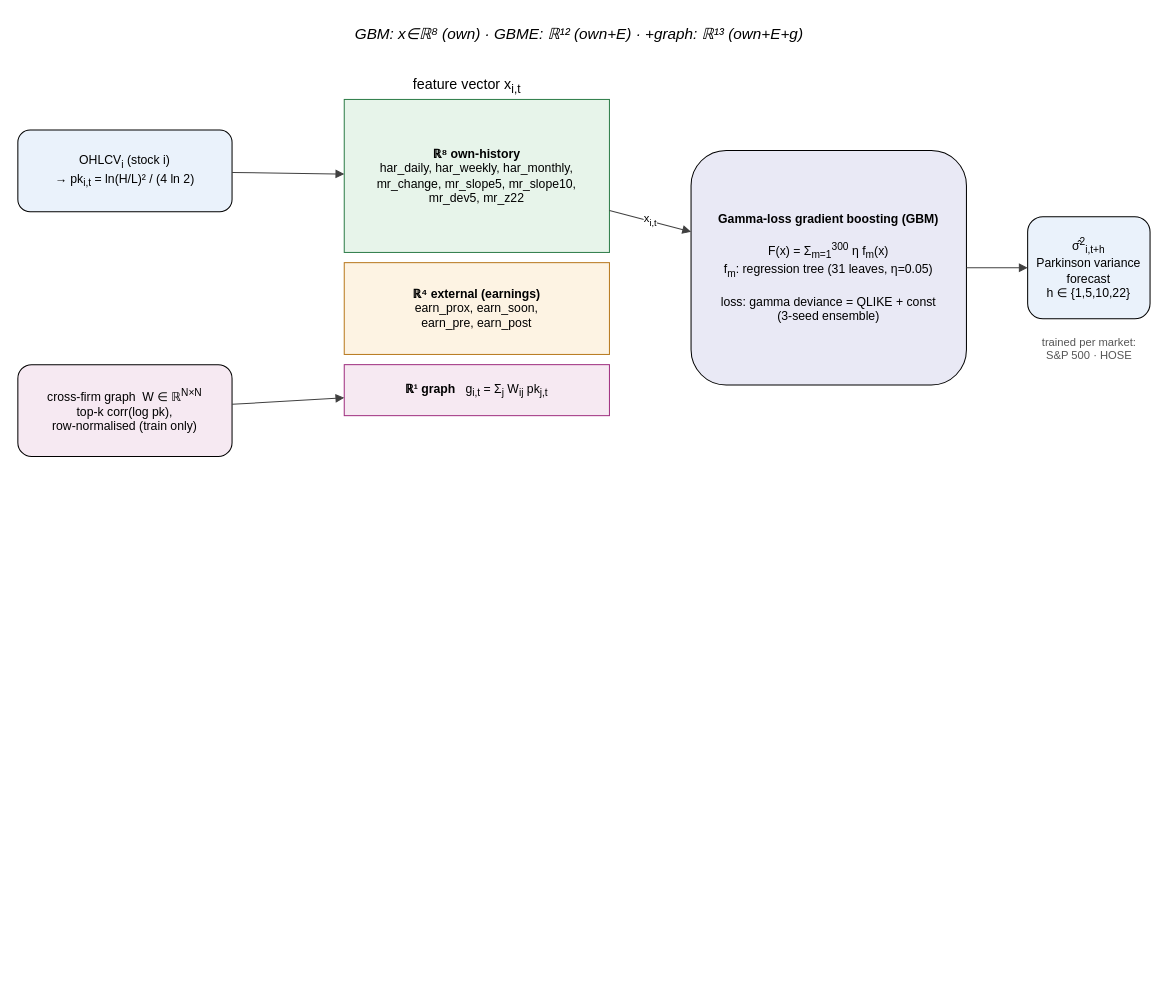
Earlier version of the draw.io diagram docs/paper/figures/fig_architecture.drawio (ntquy9901/stock_vol_prediction01). Source tidied: cells renumbered, new cells numbered last; positions are measured from the earlier drawing's top-left corner, leaving out a move shared by most shapes. Both pictures are drawn from the tidied source at 102%, with x=0, y=0 at pixel (17, 17).
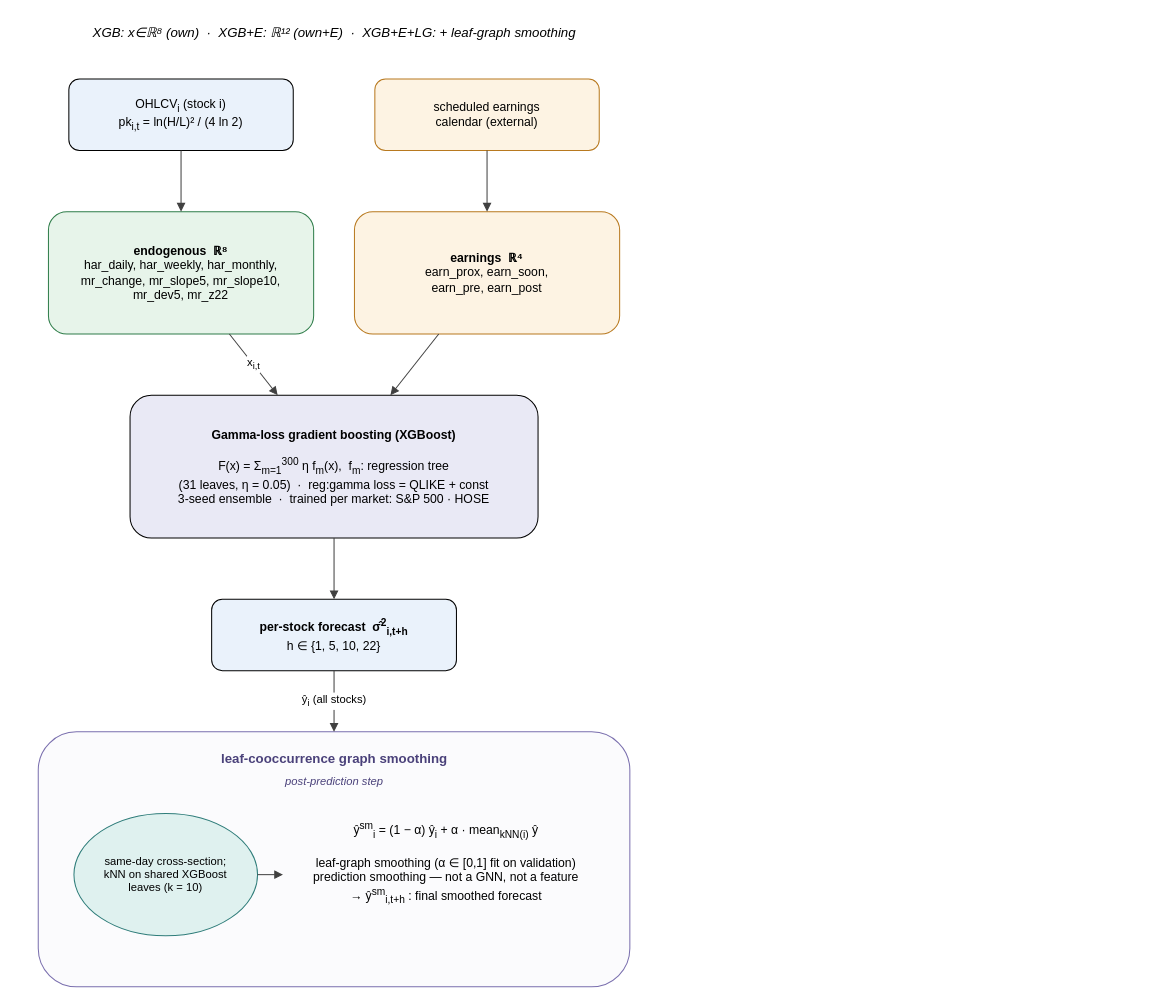
The same page after the edit.

Commit message (it also covers changes not shown here):
paper: reviewer-triage fixes + editorial polish (Table 1 all-metrics, endogenous term, bold/DM corrections)

Diff of the diagram source:
```diff
@@
-    <mxCell id="2" value="GBM: x∈ℝ⁸ (own)  ·  GBME: ℝ¹² (own+E)  ·  +graph: ℝ¹³ (own+E+g)" style="text;html=1;align=center;fontSize=15;fontStyle=2;" parent="1" vertex="1">
-      <mxGeometry x="290" width="520" height="30" as="geometry" />
+    <mxCell id="2" value="XGB: x∈ℝ⁸ (own)  ·  XGB+E: ℝ¹² (own+E)  ·  XGB+E+LG: + leaf-graph smoothing" style="text;html=1;align=center;fontSize=13;fontStyle=2;" parent="1" vertex="1">
+      <mxGeometry x="30" width="560" height="30" as="geometry" />
     </mxCell>
-    <mxCell id="3" value="OHLCV&lt;sub&gt;i&lt;/sub&gt; (stock i)&lt;br&gt;→ pk&lt;sub&gt;i,t&lt;/sub&gt; = ln(H/L)² / (4 ln 2)" style="rounded=1;whiteSpace=wrap;html=1;fillColor=#eaf2fb;strokeColor=#000000;fontSize=12;" parent="1" vertex="1">
-      <mxGeometry y="110" width="210" height="80" as="geometry" />
+    <mxCell id="3" value="OHLCV&lt;sub&gt;i&lt;/sub&gt; (stock i)&lt;br&gt;pk&lt;sub&gt;i,t&lt;/sub&gt; = ln(H/L)² / (4 ln 2)" style="rounded=1;whiteSpace=wrap;html=1;fillColor=#eaf2fb;strokeColor=#000000;fontSize=12;verticalAlign=middle;" parent="1" vertex="1">
+      <mxGeometry x="50" y="60" width="220" height="70" as="geometry" />
     </mxCell>
-    <mxCell id="4" value="cross-firm graph  W ∈ ℝ&lt;sup&gt;N×N&lt;/sup&gt;&lt;br&gt;top-k corr(log pk),&lt;br&gt;row-normalised (train only)" style="rounded=1;whiteSpace=wrap;html=1;fillColor=#f6e9f2;strokeColor=#000000;fontSize=12;" parent="1" vertex="1">
-      <mxGeometry y="340" width="210" height="90" as="geometry" />
-    </mxCell>
-    <mxCell id="5" value="feature vector  x&lt;sub&gt;i,t&lt;/sub&gt;" style="text;html=1;align=center;fontSize=14;" parent="1" vertex="1">
-      <mxGeometry x="320" y="50" width="240" height="24" as="geometry" />
-    </mxCell>
+    <mxCell id="16" value="scheduled earnings&lt;br&gt;calendar (external)" style="rounded=1;whiteSpace=wrap;html=1;fillColor=#fdf3e3;strokeColor=#b8791f;fontSize=12;verticalAlign=middle;" parent="1" vertex="1">
+      <mxGeometry x="350" y="60" width="220" height="70" as="geometry" />
+    </mxCell>
-    <mxCell id="6" value="&lt;b&gt;ℝ⁸ own-history&lt;/b&gt;&lt;br&gt;har_daily, har_weekly, har_monthly,&lt;br&gt;mr_change, mr_slope5, mr_slope10,&lt;br&gt;mr_dev5, mr_z22" style="rounded=0;whiteSpace=wrap;html=1;fillColor=#e7f4ea;strokeColor=#2f7d4a;fontSize=12;verticalAlign=middle;" parent="1" vertex="1">
-      <mxGeometry x="320" y="80" width="260" height="150" as="geometry" />
+    <mxCell id="6" value="&lt;b&gt;endogenous  ℝ⁸&lt;/b&gt;&lt;br&gt;har_daily, har_weekly, har_monthly,&lt;br&gt;mr_change, mr_slope5, mr_slope10,&lt;br&gt;mr_dev5, mr_z22" style="rounded=1;whiteSpace=wrap;html=1;fillColor=#e7f4ea;strokeColor=#2f7d4a;fontSize=12;verticalAlign=middle;" parent="1" vertex="1">
+      <mxGeometry x="30" y="190" width="260" height="120" as="geometry" />
     </mxCell>
-    <mxCell id="7" value="&lt;b&gt;ℝ⁴ external (earnings)&lt;/b&gt;&lt;br&gt;earn_prox, earn_soon,&lt;br&gt;earn_pre, earn_post" style="rounded=0;whiteSpace=wrap;html=1;fillColor=#fdf3e3;strokeColor=#b8791f;fontSize=12;verticalAlign=middle;" parent="1" vertex="1">
-      <mxGeometry x="320" y="240" width="260" height="90" as="geometry" />
+    <mxCell id="7" value="&lt;b&gt;earnings  ℝ⁴&lt;/b&gt;&lt;br&gt;earn_prox, earn_soon,&lt;br&gt;earn_pre, earn_post" style="rounded=1;whiteSpace=wrap;html=1;fillColor=#fdf3e3;strokeColor=#b8791f;fontSize=12;verticalAlign=middle;" parent="1" vertex="1">
+      <mxGeometry x="330" y="190" width="260" height="120" as="geometry" />
     </mxCell>
-    <mxCell id="8" value="&lt;b&gt;ℝ¹ graph&lt;/b&gt;   g&lt;sub&gt;i,t&lt;/sub&gt; = Σ&lt;sub&gt;j&lt;/sub&gt; W&lt;sub&gt;ij&lt;/sub&gt; pk&lt;sub&gt;j,t&lt;/sub&gt;" style="rounded=0;whiteSpace=wrap;html=1;fillColor=#f6e9f2;strokeColor=#a03080;fontSize=12;verticalAlign=middle;" parent="1" vertex="1">
-      <mxGeometry x="320" y="340" width="260" height="50" as="geometry" />
-    </mxCell>
-    <mxCell id="9" value="&lt;b&gt;Gamma-loss gradient boosting (GBM)&lt;/b&gt;&lt;br&gt;&lt;br&gt;F(x) = Σ&lt;sub&gt;m=1&lt;/sub&gt;&lt;sup&gt;300&lt;/sup&gt; η f&lt;sub&gt;m&lt;/sub&gt;(x)&lt;br&gt;f&lt;sub&gt;m&lt;/sub&gt;: regression tree (31 leaves, η=0.05)&lt;br&gt;&lt;br&gt;loss: gamma deviance = QLIKE + const&lt;br&gt;(3-seed ensemble)" style="rounded=1;whiteSpace=wrap;html=1;fillColor=#e9e9f5;strokeColor=#000000;fontSize=12;verticalAlign=middle;" parent="1" vertex="1">
-      <mxGeometry x="660" y="130" width="270" height="230" as="geometry" />
-    </mxCell>
+    <mxCell id="17" value="&lt;b&gt;Gamma-loss gradient boosting (XGBoost)&lt;/b&gt;&lt;br&gt;&lt;br&gt;F(x) = Σ&lt;sub&gt;m=1&lt;/sub&gt;&lt;sup&gt;300&lt;/sup&gt; η f&lt;sub&gt;m&lt;/sub&gt;(x),  f&lt;sub&gt;m&lt;/sub&gt;: regression tree&lt;br&gt;(31 leaves, η = 0.05)  ·  reg:gamma loss = QLIKE + const&lt;br&gt;3-seed ensemble  ·  trained per market: S&amp;P 500 · HOSE" style="rounded=1;whiteSpace=wrap;html=1;fillColor=#e9e9f5;strokeColor=#000000;fontSize=12;verticalAlign=middle;" parent="1" vertex="1">
+      <mxGeometry x="110" y="370" width="400" height="140" as="geometry" />
+    </mxCell>
-    <mxCell id="10" value="σ̂&lt;sup&gt;2&lt;/sup&gt;&lt;sub&gt;i,t+h&lt;/sub&gt;&lt;br&gt;Parkinson variance forecast&lt;br&gt;h ∈ {1,5,10,22}" style="rounded=1;whiteSpace=wrap;html=1;fillColor=#eaf2fb;strokeColor=#000000;fontSize=12;verticalAlign=middle;" parent="1" vertex="1">
-      <mxGeometry x="990" y="195" width="120" height="100" as="geometry" />
+    <mxCell id="10" value="&lt;b&gt;per-stock forecast  σ̂&lt;sup&gt;2&lt;/sup&gt;&lt;sub&gt;i,t+h&lt;/sub&gt;&lt;/b&gt;&lt;br&gt;h ∈ {1, 5, 10, 22}" style="rounded=1;whiteSpace=wrap;html=1;fillColor=#eaf2fb;strokeColor=#000000;fontSize=12;verticalAlign=middle;" parent="1" vertex="1">
+      <mxGeometry x="190" y="570" width="240" height="70" as="geometry" />
     </mxCell>
-    <mxCell id="11" value="trained per market:&lt;br&gt;S&amp;P 500  ·  HOSE" style="text;html=1;align=center;fontSize=11;fontColor=#555555;" parent="1" vertex="1">
-      <mxGeometry x="990" y="305" width="120" height="34" as="geometry" />
-    </mxCell>
+    <mxCell id="18" style="rounded=1;whiteSpace=wrap;html=1;fillColor=#fbfbfd;strokeColor=#7a6fae;verticalAlign=top;" parent="1" vertex="1">
+      <mxGeometry x="20" y="700" width="580" height="250" as="geometry" />
+    </mxCell>
+    <mxCell id="19" value="&lt;b&gt;leaf-cooccurrence graph smoothing&lt;/b&gt;" style="text;html=1;align=center;fontSize=13;fontColor=#4a417a;" parent="1" vertex="1">
+      <mxGeometry x="40" y="712" width="540" height="24" as="geometry" />
+    </mxCell>
+    <mxCell id="20" value="post-prediction step" style="text;html=1;align=center;fontSize=11;fontColor=#4a417a;fontStyle=2;" parent="1" vertex="1">
+      <mxGeometry x="40" y="736" width="540" height="20" as="geometry" />
+    </mxCell>
+    <mxCell id="21" value="same-day cross-section;&lt;br&gt;kNN on shared XGBoost&lt;br&gt;leaves (k = 10)" style="ellipse;whiteSpace=wrap;html=1;fillColor=#dff1ef;strokeColor=#2f7d7a;fontSize=11;verticalAlign=middle;" parent="1" vertex="1">
+      <mxGeometry x="55" y="780" width="180" height="120" as="geometry" />
+    </mxCell>
+    <mxCell id="22" value="ŷ&lt;sup&gt;sm&lt;/sup&gt;&lt;sub&gt;i&lt;/sub&gt; = (1 − α) ŷ&lt;sub&gt;i&lt;/sub&gt; + α · mean&lt;sub&gt;kNN(i)&lt;/sub&gt; ŷ&lt;br&gt;&lt;br&gt;leaf-graph smoothing (α ∈ [0,1] fit on validation)&lt;br&gt;prediction smoothing — not a GNN, not a feature&lt;br&gt;→ ŷ&lt;sup&gt;sm&lt;/sup&gt;&lt;sub&gt;i,t+h&lt;/sub&gt; : final smoothed forecast" style="text;html=1;align=center;fontSize=12;whiteSpace=wrap;" parent="1" vertex="1">
+      <mxGeometry x="260" y="780" width="320" height="120" as="geometry" />
+    </mxCell>
@@
-    <mxCell id="13" style="endArrow=block;html=1;strokeColor=#404040;" parent="1" edge="1" source="4" target="8">
+    <mxCell id="13" style="endArrow=block;html=1;strokeColor=#404040;" parent="1" edge="1" source="16" target="7">
       <mxGeometry relative="1" as="geometry" />
     </mxCell>
-    <mxCell id="14" value="x&lt;sub&gt;i,t&lt;/sub&gt;" style="endArrow=block;html=1;strokeColor=#404040;fontSize=11;" parent="1" edge="1" source="6" target="9">
+    <mxCell id="14" value="x&lt;sub&gt;i,t&lt;/sub&gt;" style="endArrow=block;html=1;strokeColor=#404040;fontSize=11;" parent="1" edge="1" source="6" target="17">
       <mxGeometry relative="1" as="geometry" />
     </mxCell>
-    <mxCell id="15" style="endArrow=block;html=1;strokeColor=#404040;" parent="1" edge="1" source="9" target="10">
+    <mxCell id="15" style="endArrow=block;html=1;strokeColor=#404040;" parent="1" edge="1" source="7" target="17">
       <mxGeometry relative="1" as="geometry" />
     </mxCell>
+    <mxCell id="23" style="endArrow=block;html=1;strokeColor=#404040;" parent="1" edge="1" source="17" target="10">
+      <mxGeometry relative="1" as="geometry" />
+    </mxCell>
+    <mxCell id="24" value="ŷ&lt;sub&gt;i&lt;/sub&gt; (all stocks)" style="endArrow=block;html=1;strokeColor=#404040;fontSize=11;" parent="1" edge="1" source="10" target="18">
+      <mxGeometry relative="1" as="geometry" />
+    </mxCell>
+    <mxCell id="25" style="endArrow=block;html=1;strokeColor=#404040;" parent="1" edge="1" source="21" target="22">
+      <mxGeometry relative="1" as="geometry" />
+    </mxCell>
```
